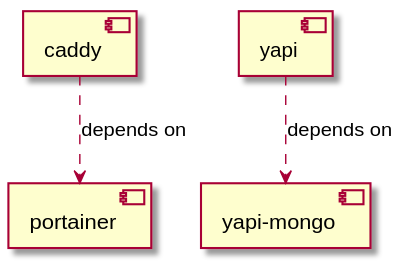
This is services_graph.svg from CS-Tao/services-aliyun, a PlantUML export, as it was before one commit.
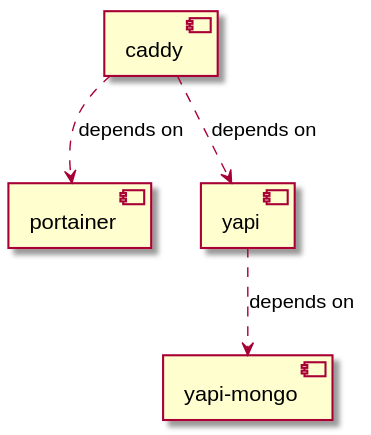
The same file after the commit.

Commit message:
Deploy commit: Fix dependon

Change to the diagram source:
```diff
@@ -5,6 +5,7 @@
 [yapi]
 [yapi-mongo]
 [caddy] ..> [portainer] : depends on
+[caddy] ..> [yapi] : depends on
 [yapi] ..> [yapi-mongo] : depends on
 
 @enduml
```
